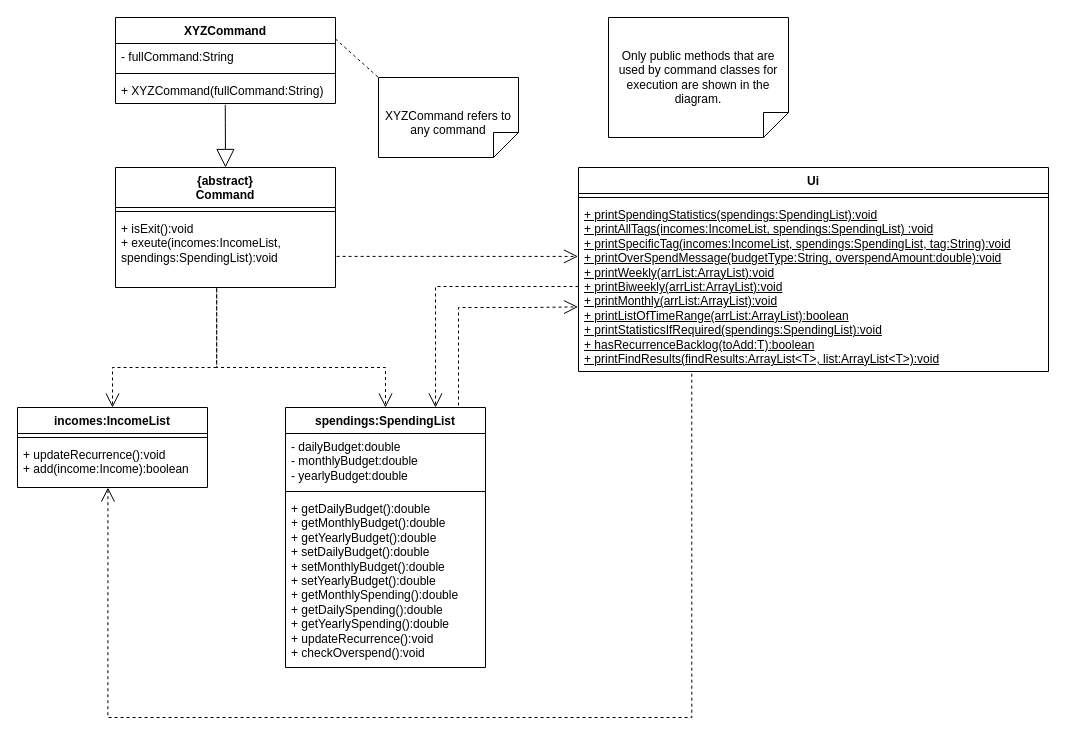
This is docs/Diagrams/Commands/commandCD.drawio from wongwh2002/CS2113TeamProject, a draw.io file, before an edit. Source tidied: cells renumbered, new cells numbered last; positions are measured from the earlier drawing's top-left corner, leaving out a move shared by most shapes. Both pictures are drawn from the tidied source at 100%, with x=0, y=0 at pixel (17, 17).
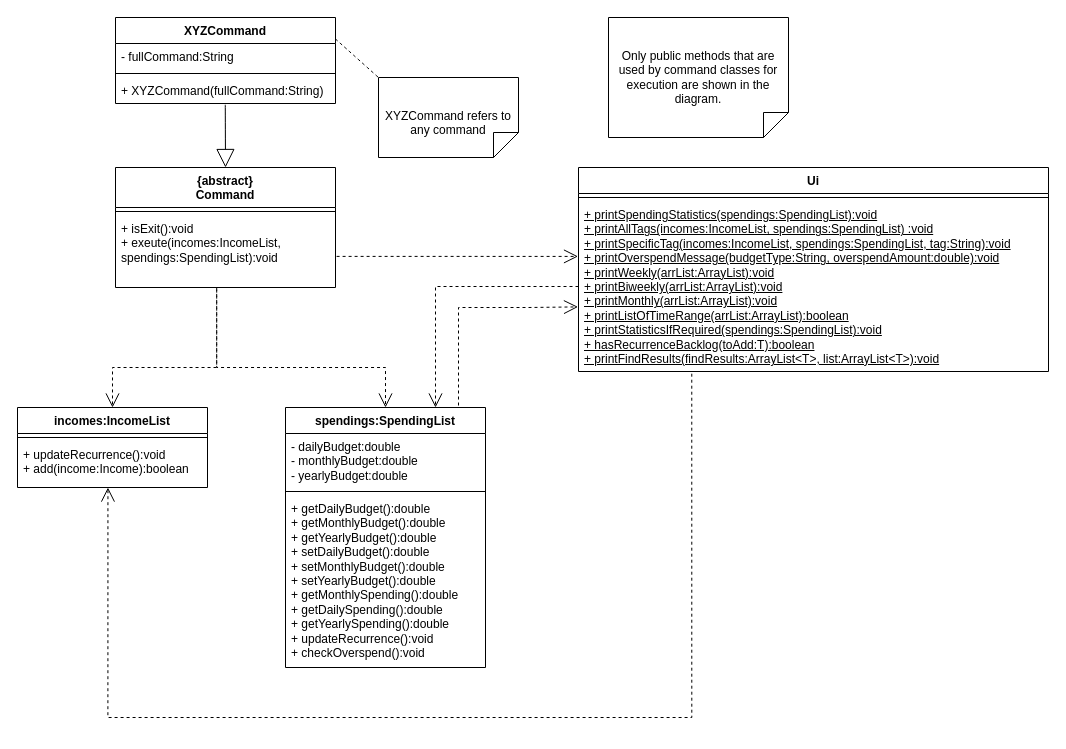
After the change.

The change refers to these unchanged cells:
```xml
<mxCell id="17" value="Ui" style="swimlane;fontStyle=1;align=center;verticalAlign=top;horizontal=1;startSize=26;whiteSpace=wrap;html=1;" parent="1" vertex="1">
  <mxGeometry x="561" y="150" width="470" height="204" as="geometry" />
</mxCell>
```

What changed in the source:
```diff
@@
-    <mxCell id="19" value="&lt;u&gt;+ printSpendingStatistics(spendings:SpendingList):void&lt;/u&gt;&lt;div&gt;&lt;u&gt;+ printAllTags(incomes:IncomeList, spendings:SpendingList) :void&lt;/u&gt;&lt;/div&gt;&lt;div&gt;&lt;u&gt;+ printSpecificTag(incomes:IncomeList, spendings:SpendingList, tag:String):void&lt;/u&gt;&lt;/div&gt;&lt;div&gt;&lt;u&gt;+ printOverSpendMessage(budgetType:String, overspendAmount:double):void&lt;/u&gt;&lt;/div&gt;&lt;div&gt;&lt;u&gt;+ printWeekly(arrList:ArrayList):void&lt;/u&gt;&lt;/div&gt;&lt;div&gt;&lt;u&gt;+ printBiweekly(arrList:ArrayList):void&lt;/u&gt;&lt;u&gt;&lt;br&gt;&lt;/u&gt;&lt;/div&gt;&lt;div&gt;&lt;u&gt;+ printMonthly(arrList:ArrayList):void&lt;/u&gt;&lt;u&gt;&lt;br&gt;&lt;/u&gt;&lt;/div&gt;&lt;div&gt;&lt;u&gt;+ printListOfTimeRange(arrList:ArrayList):boolean&lt;/u&gt;&lt;u&gt;&lt;br&gt;&lt;/u&gt;&lt;/div&gt;&lt;div&gt;&lt;u&gt;+ printStatisticsIfRequired(spendings:SpendingList):void&lt;/u&gt;&lt;/div&gt;&lt;div&gt;&lt;u&gt;+ hasRecurrenceBacklog(toAdd:T):boolean&lt;/u&gt;&lt;/div&gt;&lt;div&gt;&lt;u&gt;+ printFindResults(findResults:ArrayList&amp;lt;T&amp;gt;, list:ArrayList&amp;lt;T&amp;gt;):void&lt;/u&gt;&lt;/div&gt;" style="text;strokeColor=none;fillColor=none;align=left;verticalAlign=top;spacingLeft=4;spacingRight=4;overflow=hidden;points=[[0,0.5],[1,0.5]];portConstraint=eastwest;whiteSpace=wrap;html=1;" parent="17" vertex="1">
+    <mxCell id="19" value="&lt;u&gt;+ printSpendingStatistics(spendings:SpendingList):void&lt;/u&gt;&lt;div&gt;&lt;u&gt;+ printAllTags(incomes:IncomeList, spendings:SpendingList) :void&lt;/u&gt;&lt;/div&gt;&lt;div&gt;&lt;u&gt;+ printSpecificTag(incomes:IncomeList, spendings:SpendingList, tag:String):void&lt;/u&gt;&lt;/div&gt;&lt;div&gt;&lt;u&gt;+ printOverspendMessage(budgetType:String, overspendAmount:double):void&lt;/u&gt;&lt;/div&gt;&lt;div&gt;&lt;u&gt;+ printWeekly(arrList:ArrayList):void&lt;/u&gt;&lt;/div&gt;&lt;div&gt;&lt;u&gt;+ printBiweekly(arrList:ArrayList):void&lt;/u&gt;&lt;u&gt;&lt;br&gt;&lt;/u&gt;&lt;/div&gt;&lt;div&gt;&lt;u&gt;+ printMonthly(arrList:ArrayList):void&lt;/u&gt;&lt;u&gt;&lt;br&gt;&lt;/u&gt;&lt;/div&gt;&lt;div&gt;&lt;u&gt;+ printListOfTimeRange(arrList:ArrayList):boolean&lt;/u&gt;&lt;u&gt;&lt;br&gt;&lt;/u&gt;&lt;/div&gt;&lt;div&gt;&lt;u&gt;+ printStatisticsIfRequired(spendings:SpendingList):void&lt;/u&gt;&lt;/div&gt;&lt;div&gt;&lt;u&gt;+ hasRecurrenceBacklog(toAdd:T):boolean&lt;/u&gt;&lt;/div&gt;&lt;div&gt;&lt;u&gt;+ printFindResults(findResults:ArrayList&amp;lt;T&amp;gt;, list:ArrayList&amp;lt;T&amp;gt;):void&lt;/u&gt;&lt;/div&gt;" style="text;strokeColor=none;fillColor=none;align=left;verticalAlign=top;spacingLeft=4;spacingRight=4;overflow=hidden;points=[[0,0.5],[1,0.5]];portConstraint=eastwest;whiteSpace=wrap;html=1;" parent="17" vertex="1">
       <mxGeometry y="34" width="470" height="170" as="geometry" />
     </mxCell>
```
